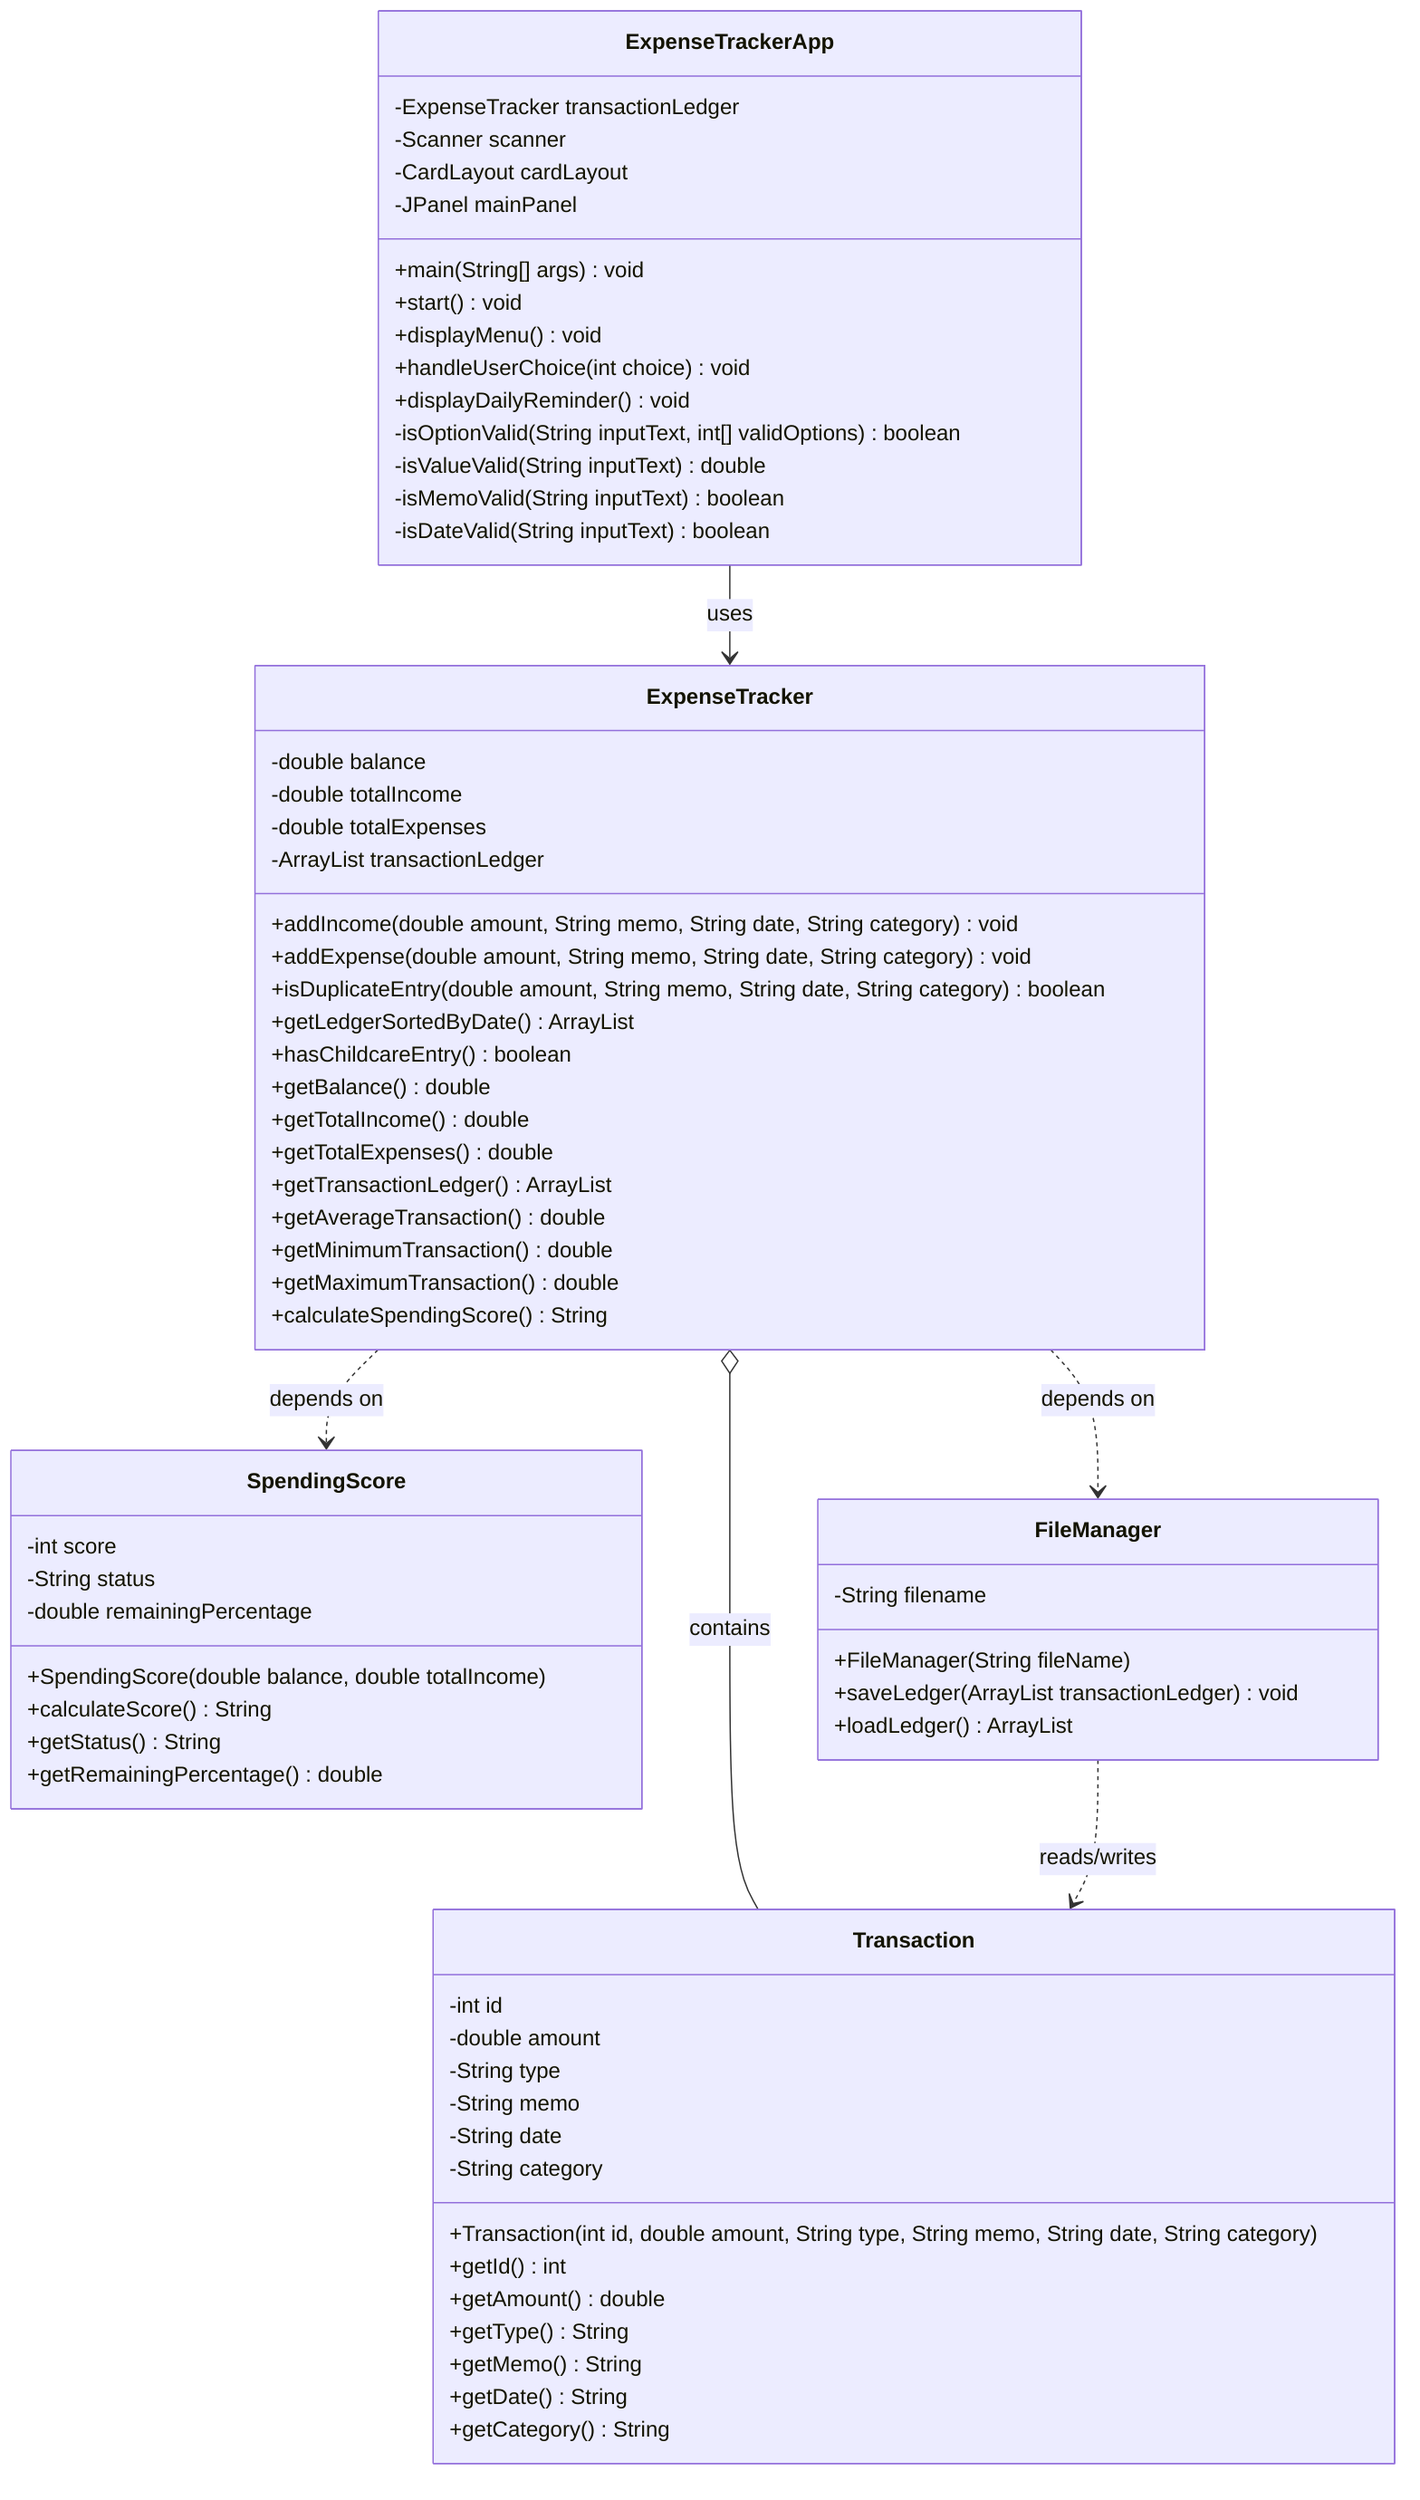
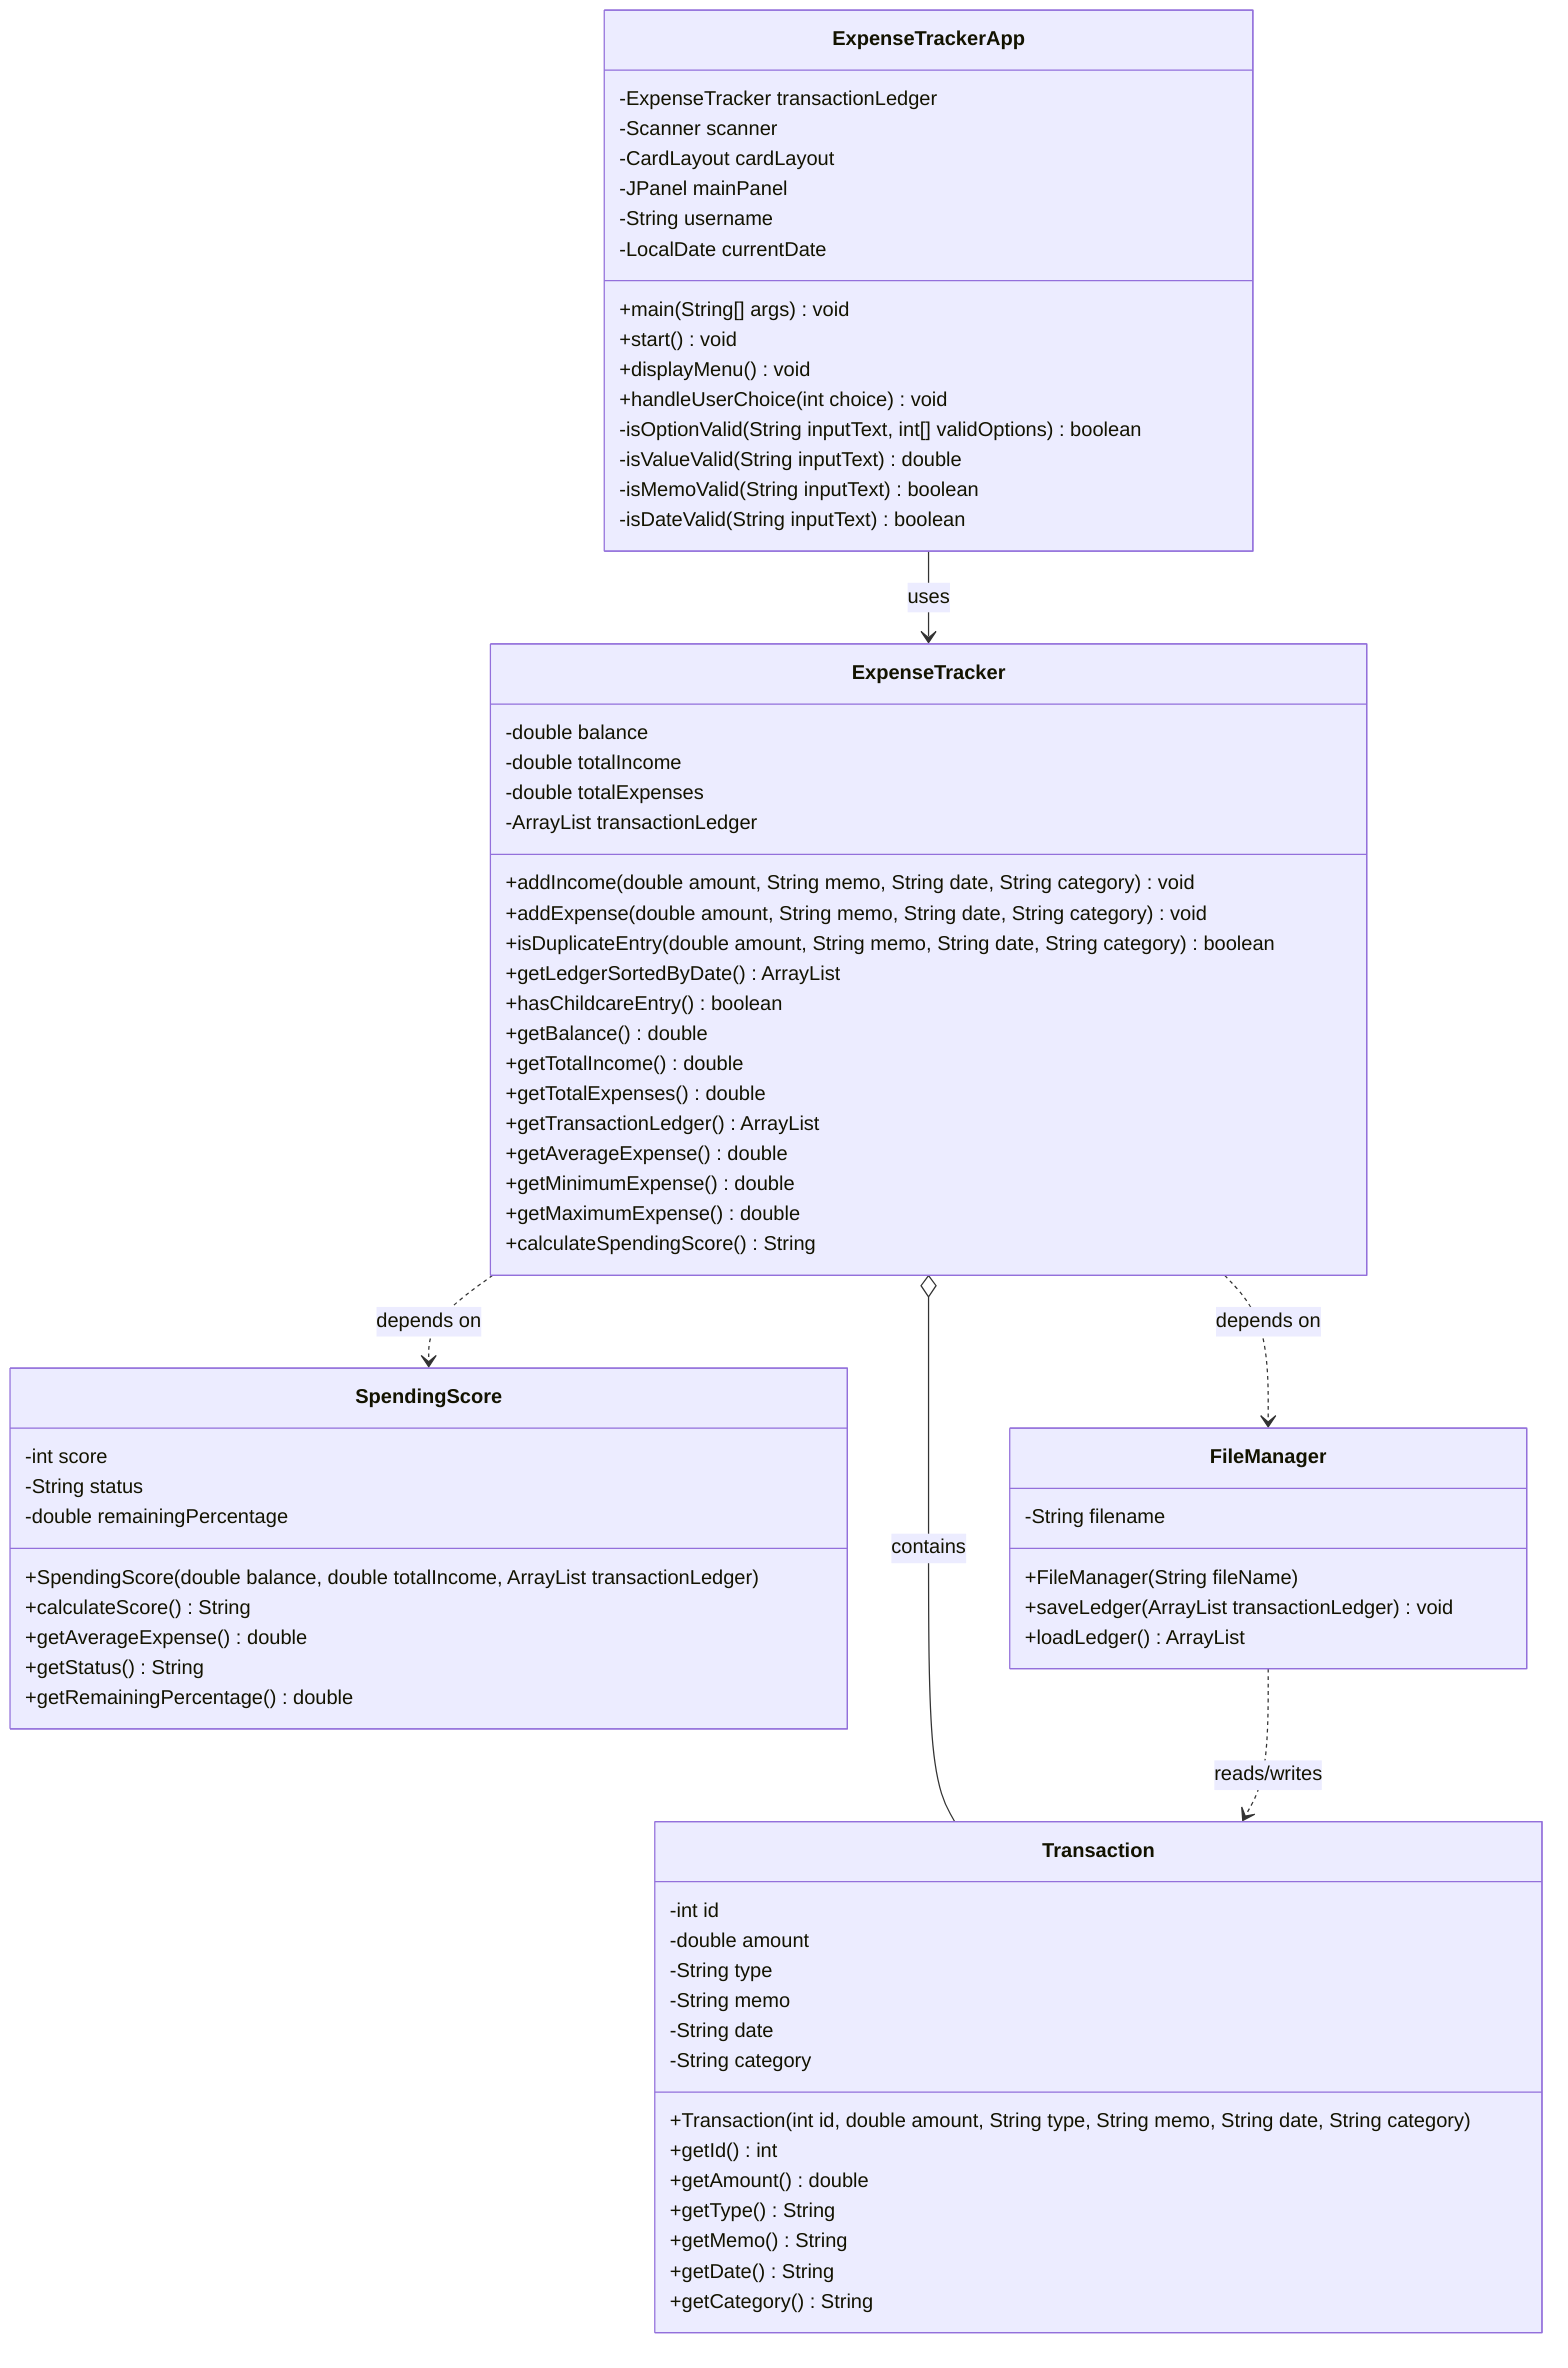
%% *****
%% Daily Student Expense Tracker with Spending Score
%% UML Class Diagram — Mermaid (.mmd) Version
%% Lead Developer: Jose G. Leon Zambrano
%% Phase 2 – Design
+ %% Last updated: June 28, 2026
%% *****
%%
%% NOTE ON THIS FILE:
%% This is the Mermaid Live (.mmd) rendering of the UML Class Diagram
%% originally written as pseudocode-style plaintext in the Phase 2 Word document.
%% The two versions represent the same architecture. Differences are noted below.
%%
%% DIFFERENCES FROM THE WORD DOCUMENT VERSION:
%%
%% 1. Generic types: Mermaid does not support ArrayList<Transaction> syntax.
%%    Angle brackets cause a syntax error in the renderer.
%%    All ArrayList<Transaction> references are written as ArrayList in this file.
%%    The Word document version uses the full Java generic type notation.
%%
%% 2. Constructor notation: Mermaid does not distinguish constructors from methods.
- %%    SpendingScore(double balance, double totalIncome) and
+ %%    SpendingScore(double balance, double totalIncome, ArrayList transactionLedger) and
%%    FileManager(String fileName) appear as regular methods in this diagram.
%%    In the actual Java implementation they are constructors.
%%
%% 3. Comments: Mermaid uses %% for single-line comments.
%%    The Word document pseudocode uses // following Java convention.
%%
%% 4. Private validation methods: isOptionValid, isValueValid, isMemoValid,
%%    and isDateValid are shown here with a minus sign (-) prefix indicating
%%    private access. Mermaid renders - as private and + as public correctly.
%%
%% 5. The "extends JFrame" relationship for ExpenseTrackerApp is noted
%%    in the Word document but cannot be shown here because JFrame is a
%%    Java standard library class, not a class defined in this project.
%%    Adding it to the diagram would require defining a JFrame class block,
%%    which would be misleading. It is documented here as a comment instead.
%%
%% ExpenseTrackerApp extends JFrame (javax.swing) — not shown in diagram.
+ %%
+ %% CHANGES FROM ORIGINAL VERSION (June 28, 2026):
+ %%
+ %% - ExpenseTrackerApp: added username and currentDate attributes
+ %% - ExpenseTracker: getAverageTransaction, getMinimumTransaction, getMaximumTransaction
+ %%   renamed to getAverageExpense, getMinimumExpense, getMaximumExpense (expenses only)
+ %% - SpendingScore: constructor now takes transactionLedger as third parameter
+ %%   to support composite scoring (balance health 60%, distribution 30%, anomaly 10%)
+ %% - displayDailyReminder() removed from ExpenseTrackerApp — Daily Reminder
+ %%   is now a Settings checkbox, not a standalone panel
%% *****

classDiagram

    class ExpenseTrackerApp {
        -ExpenseTracker transactionLedger
        -Scanner scanner
        -CardLayout cardLayout
        -JPanel mainPanel
+         -String username
+         -LocalDate currentDate
        +main(String[] args) void
        +start() void
        +displayMenu() void
        +handleUserChoice(int choice) void
-         +displayDailyReminder() void
        -isOptionValid(String inputText, int[] validOptions) boolean
        -isValueValid(String inputText) double
        -isMemoValid(String inputText) boolean
        -isDateValid(String inputText) boolean
    }

    class ExpenseTracker {
        -double balance
        -double totalIncome
        -double totalExpenses
        -ArrayList transactionLedger
        +addIncome(double amount, String memo, String date, String category) void
        +addExpense(double amount, String memo, String date, String category) void
        +isDuplicateEntry(double amount, String memo, String date, String category) boolean
        +getLedgerSortedByDate() ArrayList
        +hasChildcareEntry() boolean
        +getBalance() double
        +getTotalIncome() double
        +getTotalExpenses() double
        +getTransactionLedger() ArrayList
-         +getAverageTransaction() double
-         +getMinimumTransaction() double
-         +getMaximumTransaction() double
+         +getAverageExpense() double
+         +getMinimumExpense() double
+         +getMaximumExpense() double
        +calculateSpendingScore() String
    }

    class Transaction {
        -int id
        -double amount
        -String type
        -String memo
        -String date
        -String category
        +Transaction(int id, double amount, String type, String memo, String date, String category)
        +getId() int
        +getAmount() double
        +getType() String
        +getMemo() String
        +getDate() String
        +getCategory() String
    }

    class SpendingScore {
        -int score
        -String status
        -double remainingPercentage
-         +SpendingScore(double balance, double totalIncome)
+         +SpendingScore(double balance, double totalIncome, ArrayList transactionLedger)
        +calculateScore() String
+         +getAverageExpense() double
        +getStatus() String
        +getRemainingPercentage() double
    }

    class FileManager {
        -String filename
        +FileManager(String fileName)
        +saveLedger(ArrayList transactionLedger) void
        +loadLedger() ArrayList
    }

    %% Relationships
    %% --> solid arrow: uses / association
    %% o-- composition: ExpenseTracker owns Transaction objects (1 to 0..*)
    %% ..> dashed arrow: dependency (uses but does not own)

    ExpenseTrackerApp --> ExpenseTracker : uses
    ExpenseTracker o-- Transaction : contains
    ExpenseTracker ..> SpendingScore : depends on
    ExpenseTracker ..> FileManager : depends on
    FileManager ..> Transaction : reads/writes
